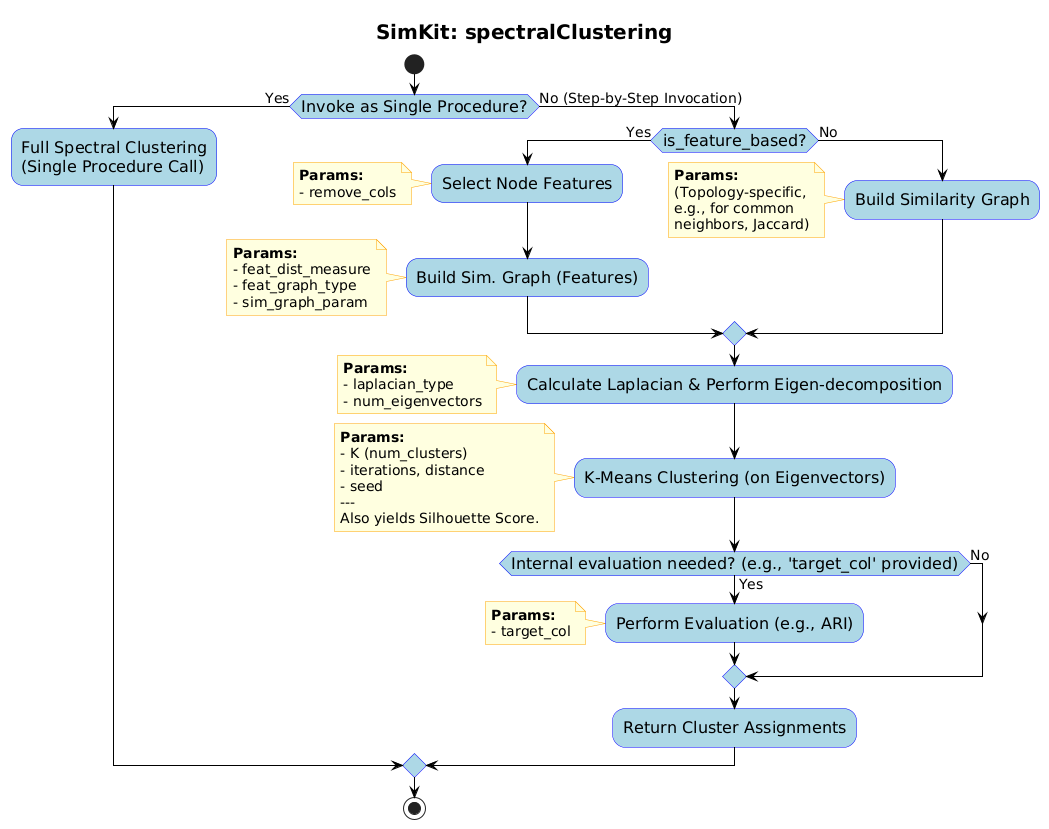
The PlantUML diagram vis/activity_simkit.png in Graphistics/simkit, before a commit. Its diagram source:
```plantuml
@startuml
title SimKit: spectralClustering

skinparam defaultFontSize 16
skinparam activityFontSize 16
skinparam noteFontSize 14
skinparam arrowFontSize 14
skinparam titleFontSize 20

skinparam activity {
  BackgroundColor LightBlue
  BorderColor Blue
  FontColor Black
  Padding 15
  MaximumWidth 600
}

skinparam note {
  BackgroundColor LightYellow
  BorderColor Orange
  FontColor Black
  Padding 8
  MaximumWidth 400
}

skinparam arrow {
  Color Black
  MessageAlign center
}

skinparam nodesep 100
skinparam ranksep 60

start

if (Invoke as Single Procedure?) then (Yes)
  :Full Spectral Clustering\n(Single Procedure Call);

else (No (Step-by-Step Invocation))
  if (is_feature_based?) then (Yes)
    :Select Node Features;
    note left
      **Params:**
      - remove_cols
    end note
    :Build Sim. Graph (Features);
    note left
      **Params:**
      - feat_dist_measure
      - feat_graph_type
      - sim_graph_param
    end note
  else (No)
    :Build Similarity Graph;
    note left
      **Params:**
      (Topology-specific,
      e.g., for common
      neighbors, Jaccard)
    end note
  endif

  :Calculate Laplacian & Perform Eigen-decomposition;
  note left
    **Params:**
    - laplacian_type
    - num_eigenvectors
  end note

  :K-Means Clustering (on Eigenvectors);
  note left
    **Params:**
    - K (num_clusters)
    - iterations, distance
    - seed
    ---
    Also yields Silhouette Score.
  end note

  if (Internal evaluation needed? (e.g., 'target_col' provided)) then (Yes)
    :Perform Evaluation (e.g., ARI);
    note left
      **Params:**
      - target_col
    end note
  else (No)
  endif
  :Return Cluster Assignments;
endif


stop
@enduml
```
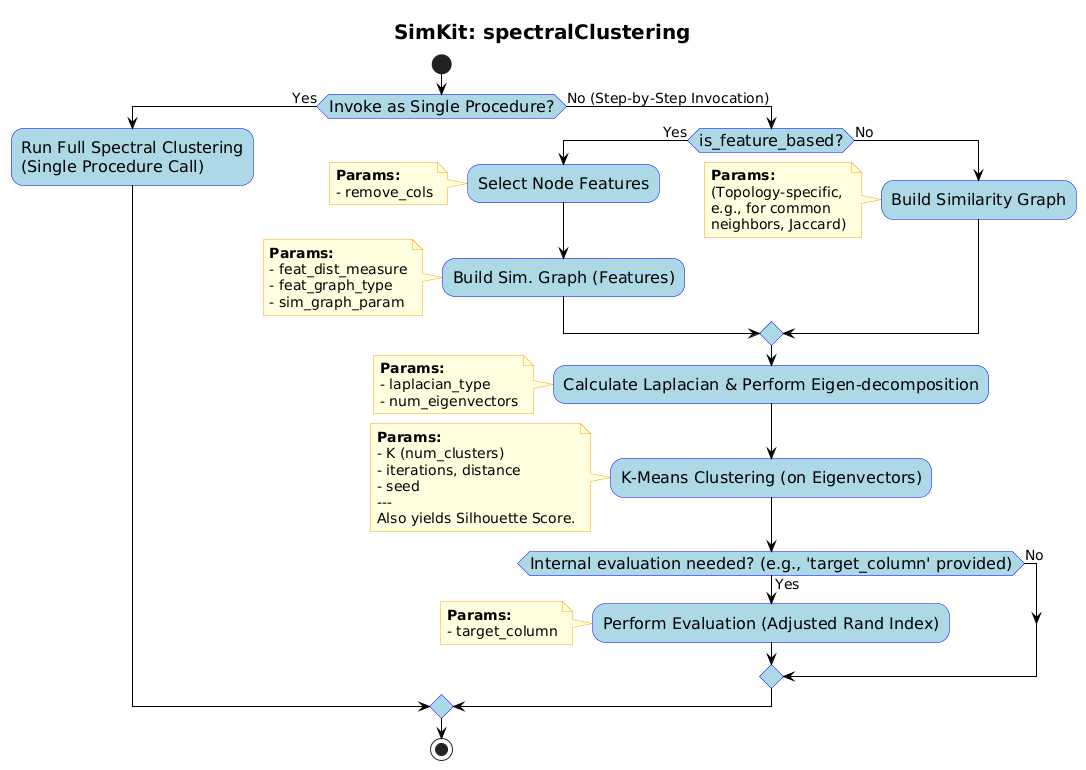
After the commit.

Commit message:
Updated activity diagram

Diff of the diagram source:
```diff
@@ -12,7 +12,7 @@
   BorderColor Blue
   FontColor Black
   Padding 15
-  MaximumWidth 600
+  MaximumWidth 500
 }
 
 skinparam note {
@@ -20,7 +20,7 @@
   BorderColor Orange
   FontColor Black
   Padding 8
-  MaximumWidth 400
+  MaximumWidth 280
 }
 
 skinparam arrow {
@@ -34,7 +34,7 @@
 start
 
 if (Invoke as Single Procedure?) then (Yes)
-  :Full Spectral Clustering\n(Single Procedure Call);
+  :Run Full Spectral Clustering\n(Single Procedure Call);
 
 else (No (Step-by-Step Invocation))
   if (is_feature_based?) then (Yes)
@@ -77,15 +77,14 @@
     Also yields Silhouette Score.
   end note
 
-  if (Internal evaluation needed? (e.g., 'target_col' provided)) then (Yes)
-    :Perform Evaluation (e.g., ARI);
+  if (Internal evaluation needed? (e.g., 'target_column' provided)) then (Yes)
+    :Perform Evaluation (Adjusted Rand Index);
     note left
       **Params:**
-      - target_col
+      - target_column
     end note
   else (No)
   endif
-  :Return Cluster Assignments;
 endif
 
 
```
